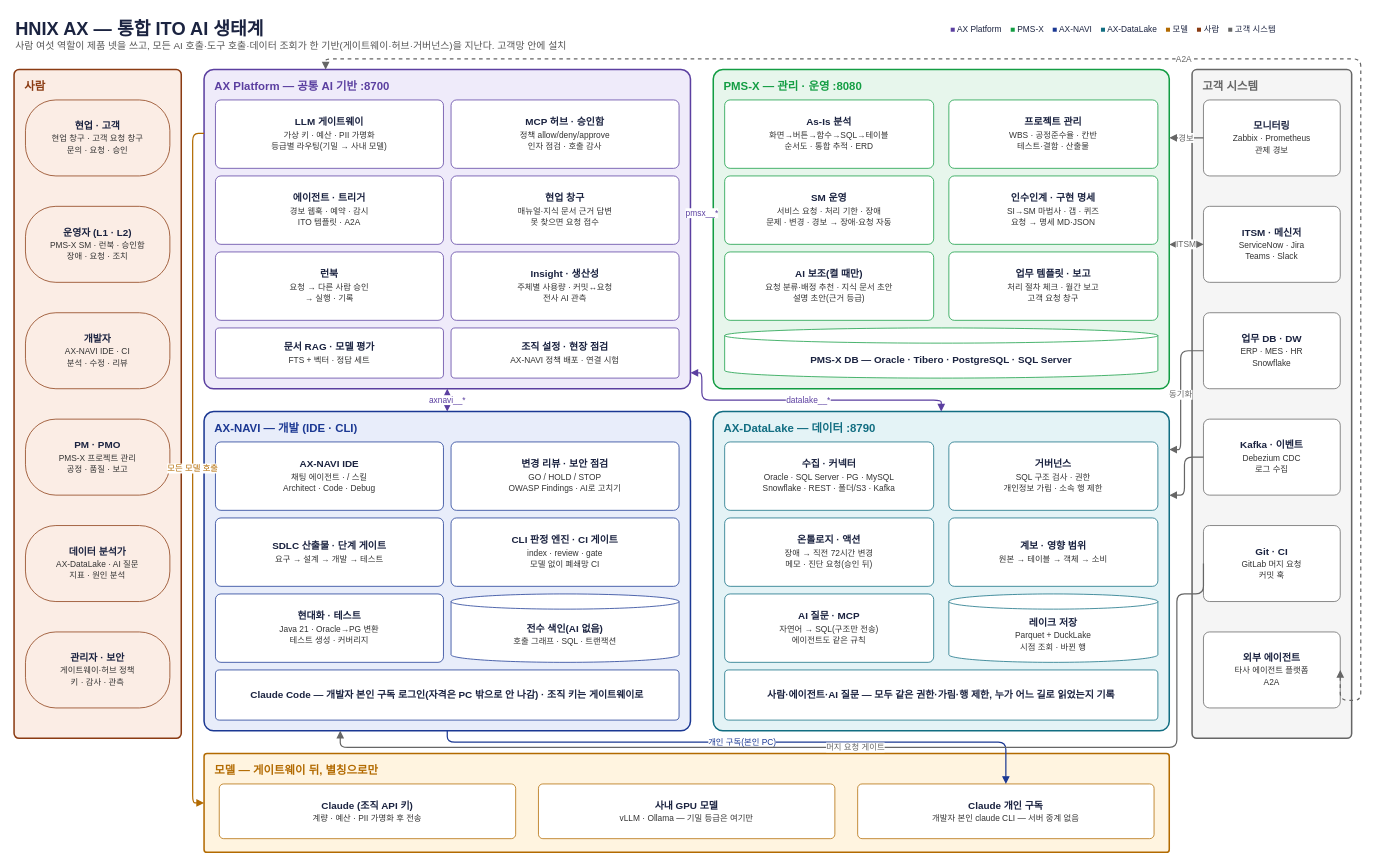
This is page "1. AI 생태계 한눈에" (1 of 4) of download/hnix-ax-ecosystem.drawio from Malburi/hnix-ax-site, a draw.io file, before an edit. Source tidied: cells renumbered, new cells numbered last; positions are measured from the earlier drawing's top-left corner, leaving out a move shared by most shapes. Both pictures are drawn from the tidied source at 76%, with x=0, y=0 at pixel (14, 13).
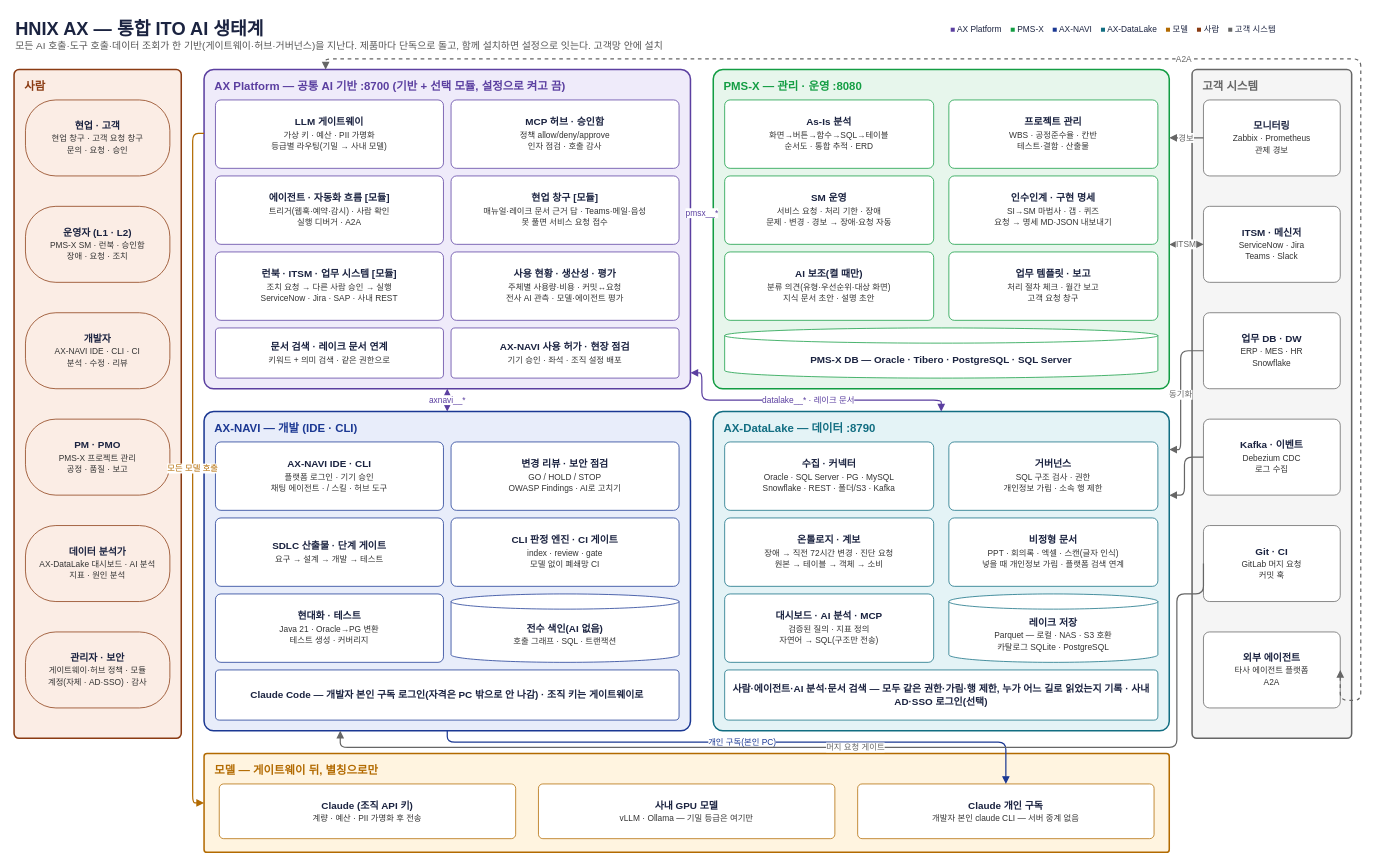
After the change.

The change refers to these unchanged cells:
```xml
<mxCell id="36" value="AX-DataLake — 데이터  :8790" style="rounded=1;arcSize=3;whiteSpace=wrap;html=1;verticalAlign=top;align=left;spacingLeft=12;spacingTop=6;fontStyle=1;fontSize=15;strokeColor=#126E82;fillColor=#E4F3F6;strokeWidth=2;fontColor=#126E82;" parent="1" vertex="1">
  <mxGeometry x="920" y="524" width="600" height="420" as="geometry" />
</mxCell>
```

Change to the diagram source:
```diff
@@
-    <mxCell id="2" value="&lt;b style='font-size:24px'&gt;HNIX AX — 통합 ITO AI 생태계&lt;/b&gt;&lt;br&gt;&lt;font color='#555555'&gt;사람 여섯 역할이 제품 넷을 쓰고, 모든 AI 호출·도구 호출·데이터 조회가 한 기반(게이트웨이·허브·거버넌스)을 지난다. 고객망 안에 설치&lt;/font&gt;" style="text;html=1;whiteSpace=wrap;align=left;verticalAlign=top;fontSize=13;fontColor=#1B2340;" parent="1" vertex="1">
+    <mxCell id="2" value="&lt;b style='font-size:24px'&gt;HNIX AX — 통합 ITO AI 생태계&lt;/b&gt;&lt;br&gt;&lt;font color='#555555'&gt;모든 AI 호출·도구 호출·데이터 조회가 한 기반(게이트웨이·허브·거버넌스)을 지난다. 제품마다 단독으로 돌고, 함께 설치하면 설정으로 잇는다. 고객망 안에 설치&lt;/font&gt;" style="text;html=1;whiteSpace=wrap;align=left;verticalAlign=top;fontSize=13;fontColor=#1B2340;" parent="1" vertex="1">
       <mxGeometry width="1200" height="50" as="geometry" />
     </mxCell>
@@
-    <mxCell id="7" value="&lt;b&gt;개발자&lt;/b&gt;&lt;br&gt;&lt;font style='font-size:11px' color='#333333'&gt;AX-NAVI IDE · CI&lt;/font&gt;&lt;br&gt;&lt;font style='font-size:11px' color='#333333'&gt;분석 · 수정 · 리뷰&lt;/font&gt;" style="rounded=1;arcSize=40;whiteSpace=wrap;html=1;strokeColor=#8A3B12;fillColor=#FBEDE5;fontSize=13;fontColor=#1B2340;" parent="1" vertex="1">
+    <mxCell id="7" value="&lt;b&gt;개발자&lt;/b&gt;&lt;br&gt;&lt;font style='font-size:11px' color='#333333'&gt;AX-NAVI IDE · CLI · CI&lt;/font&gt;&lt;br&gt;&lt;font style='font-size:11px' color='#333333'&gt;분석 · 수정 · 리뷰&lt;/font&gt;" style="rounded=1;arcSize=40;whiteSpace=wrap;html=1;strokeColor=#8A3B12;fillColor=#FBEDE5;fontSize=13;fontColor=#1B2340;" parent="1" vertex="1">
       <mxGeometry x="15" y="394" width="190" height="100" as="geometry" />
     </mxCell>
@@
-    <mxCell id="9" value="&lt;b&gt;데이터 분석가&lt;/b&gt;&lt;br&gt;&lt;font style='font-size:11px' color='#333333'&gt;AX-DataLake · AI 질문&lt;/font&gt;&lt;br&gt;&lt;font style='font-size:11px' color='#333333'&gt;지표 · 원인 분석&lt;/font&gt;" style="rounded=1;arcSize=40;whiteSpace=wrap;html=1;strokeColor=#8A3B12;fillColor=#FBEDE5;fontSize=13;fontColor=#1B2340;" parent="1" vertex="1">
+    <mxCell id="9" value="&lt;b&gt;데이터 분석가&lt;/b&gt;&lt;br&gt;&lt;font style='font-size:11px' color='#333333'&gt;AX-DataLake 대시보드 · AI 분석&lt;/font&gt;&lt;br&gt;&lt;font style='font-size:11px' color='#333333'&gt;지표 · 원인 분석&lt;/font&gt;" style="rounded=1;arcSize=40;whiteSpace=wrap;html=1;strokeColor=#8A3B12;fillColor=#FBEDE5;fontSize=13;fontColor=#1B2340;" parent="1" vertex="1">
       <mxGeometry x="15" y="674" width="190" height="100" as="geometry" />
     </mxCell>
-    <mxCell id="10" value="&lt;b&gt;관리자 · 보안&lt;/b&gt;&lt;br&gt;&lt;font style='font-size:11px' color='#333333'&gt;게이트웨이·허브 정책&lt;/font&gt;&lt;br&gt;&lt;font style='font-size:11px' color='#333333'&gt;키 · 감사 · 관측&lt;/font&gt;" style="rounded=1;arcSize=40;whiteSpace=wrap;html=1;strokeColor=#8A3B12;fillColor=#FBEDE5;fontSize=13;fontColor=#1B2340;" parent="1" vertex="1">
+    <mxCell id="10" value="&lt;b&gt;관리자 · 보안&lt;/b&gt;&lt;br&gt;&lt;font style='font-size:11px' color='#333333'&gt;게이트웨이·허브 정책 · 모듈&lt;/font&gt;&lt;br&gt;&lt;font style='font-size:11px' color='#333333'&gt;계정(자체 · AD·SSO) · 감사&lt;/font&gt;" style="rounded=1;arcSize=40;whiteSpace=wrap;html=1;strokeColor=#8A3B12;fillColor=#FBEDE5;fontSize=13;fontColor=#1B2340;" parent="1" vertex="1">
       <mxGeometry x="15" y="814" width="190" height="100" as="geometry" />
     </mxCell>
-    <mxCell id="11" value="AX Platform — 공통 AI 기반  :8700" style="rounded=1;arcSize=3;whiteSpace=wrap;html=1;verticalAlign=top;align=left;spacingLeft=12;spacingTop=6;fontStyle=1;fontSize=15;strokeColor=#5B3FA0;fillColor=#EFEBFA;strokeWidth=2;fontColor=#5B3FA0;" parent="1" vertex="1">
+    <mxCell id="11" value="AX Platform — 공통 AI 기반  :8700   (기반 + 선택 모듈, 설정으로 켜고 끔)" style="rounded=1;arcSize=3;whiteSpace=wrap;html=1;verticalAlign=top;align=left;spacingLeft=12;spacingTop=6;fontStyle=1;fontSize=15;strokeColor=#5B3FA0;fillColor=#EFEBFA;strokeWidth=2;fontColor=#5B3FA0;" parent="1" vertex="1">
       <mxGeometry x="250" y="74" width="640" height="420" as="geometry" />
     </mxCell>
@@
-    <mxCell id="14" value="&lt;b&gt;에이전트 · 트리거&lt;/b&gt;&lt;br&gt;&lt;font style='font-size:11px' color='#333333'&gt;경보 웹훅 · 예약 · 감시&lt;/font&gt;&lt;br&gt;&lt;font style='font-size:11px' color='#333333'&gt;ITO 템플릿 · A2A&lt;/font&gt;" style="rounded=1;arcSize=8;whiteSpace=wrap;html=1;strokeColor=#5B3FA0;fillColor=#FFFFFF;fontSize=13;fontColor=#1B2340;" parent="1" vertex="1">
+    <mxCell id="14" value="&lt;b&gt;에이전트 · 자동화 흐름  [모듈]&lt;/b&gt;&lt;br&gt;&lt;font style='font-size:11px' color='#333333'&gt;트리거(웹훅·예약·감시) · 사람 확인&lt;/font&gt;&lt;br&gt;&lt;font style='font-size:11px' color='#333333'&gt;실행 디버거 · A2A&lt;/font&gt;" style="rounded=1;arcSize=8;whiteSpace=wrap;html=1;strokeColor=#5B3FA0;fillColor=#FFFFFF;fontSize=13;fontColor=#1B2340;" parent="1" vertex="1">
       <mxGeometry x="265" y="214" width="300" height="90" as="geometry" />
     </mxCell>
-    <mxCell id="15" value="&lt;b&gt;현업 창구&lt;/b&gt;&lt;br&gt;&lt;font style='font-size:11px' color='#333333'&gt;매뉴얼·지식 문서 근거 답변&lt;/font&gt;&lt;br&gt;&lt;font style='font-size:11px' color='#333333'&gt;못 찾으면 요청 접수&lt;/font&gt;" style="rounded=1;arcSize=8;whiteSpace=wrap;html=1;strokeColor=#5B3FA0;fillColor=#FFFFFF;fontSize=13;fontColor=#1B2340;" parent="1" vertex="1">
+    <mxCell id="15" value="&lt;b&gt;현업 창구  [모듈]&lt;/b&gt;&lt;br&gt;&lt;font style='font-size:11px' color='#333333'&gt;매뉴얼·레이크 문서 근거 답 · Teams·메일·음성&lt;/font&gt;&lt;br&gt;&lt;font style='font-size:11px' color='#333333'&gt;못 풀면 서비스 요청 접수&lt;/font&gt;" style="rounded=1;arcSize=8;whiteSpace=wrap;html=1;strokeColor=#5B3FA0;fillColor=#FFFFFF;fontSize=13;fontColor=#1B2340;" parent="1" vertex="1">
       <mxGeometry x="575" y="214" width="300" height="90" as="geometry" />
     </mxCell>
-    <mxCell id="16" value="&lt;b&gt;런북&lt;/b&gt;&lt;br&gt;&lt;font style='font-size:11px' color='#333333'&gt;요청 → 다른 사람 승인&lt;/font&gt;&lt;br&gt;&lt;font style='font-size:11px' color='#333333'&gt;→ 실행 · 기록&lt;/font&gt;" style="rounded=1;arcSize=8;whiteSpace=wrap;html=1;strokeColor=#5B3FA0;fillColor=#FFFFFF;fontSize=13;fontColor=#1B2340;" parent="1" vertex="1">
+    <mxCell id="16" value="&lt;b&gt;런북 · ITSM · 업무 시스템  [모듈]&lt;/b&gt;&lt;br&gt;&lt;font style='font-size:11px' color='#333333'&gt;조치 요청 → 다른 사람 승인 → 실행&lt;/font&gt;&lt;br&gt;&lt;font style='font-size:11px' color='#333333'&gt;ServiceNow · Jira · SAP · 사내 REST&lt;/font&gt;" style="rounded=1;arcSize=8;whiteSpace=wrap;html=1;strokeColor=#5B3FA0;fillColor=#FFFFFF;fontSize=13;fontColor=#1B2340;" parent="1" vertex="1">
       <mxGeometry x="265" y="314" width="300" height="90" as="geometry" />
     </mxCell>
-    <mxCell id="17" value="&lt;b&gt;Insight · 생산성&lt;/b&gt;&lt;br&gt;&lt;font style='font-size:11px' color='#333333'&gt;주체별 사용량 · 커밋↔요청&lt;/font&gt;&lt;br&gt;&lt;font style='font-size:11px' color='#333333'&gt;전사 AI 관측&lt;/font&gt;" style="rounded=1;arcSize=8;whiteSpace=wrap;html=1;strokeColor=#5B3FA0;fillColor=#FFFFFF;fontSize=13;fontColor=#1B2340;" parent="1" vertex="1">
+    <mxCell id="17" value="&lt;b&gt;사용 현황 · 생산성 · 평가&lt;/b&gt;&lt;br&gt;&lt;font style='font-size:11px' color='#333333'&gt;주체별 사용량·비용 · 커밋↔요청&lt;/font&gt;&lt;br&gt;&lt;font style='font-size:11px' color='#333333'&gt;전사 AI 관측 · 모델·에이전트 평가&lt;/font&gt;" style="rounded=1;arcSize=8;whiteSpace=wrap;html=1;strokeColor=#5B3FA0;fillColor=#FFFFFF;fontSize=13;fontColor=#1B2340;" parent="1" vertex="1">
       <mxGeometry x="575" y="314" width="300" height="90" as="geometry" />
     </mxCell>
-    <mxCell id="18" value="&lt;b&gt;문서 RAG · 모델 평가&lt;/b&gt;&lt;br&gt;&lt;font style='font-size:11px' color='#333333'&gt;FTS + 벡터 · 정답 세트&lt;/font&gt;" style="rounded=1;arcSize=8;whiteSpace=wrap;html=1;strokeColor=#5B3FA0;fillColor=#FFFFFF;fontSize=13;fontColor=#1B2340;" parent="1" vertex="1">
+    <mxCell id="18" value="&lt;b&gt;문서 검색 · 레이크 문서 연계&lt;/b&gt;&lt;br&gt;&lt;font style='font-size:11px' color='#333333'&gt;키워드 + 의미 검색 · 같은 권한으로&lt;/font&gt;" style="rounded=1;arcSize=8;whiteSpace=wrap;html=1;strokeColor=#5B3FA0;fillColor=#FFFFFF;fontSize=13;fontColor=#1B2340;" parent="1" vertex="1">
       <mxGeometry x="265" y="414" width="300" height="66" as="geometry" />
     </mxCell>
-    <mxCell id="19" value="&lt;b&gt;조직 설정 · 현장 점검&lt;/b&gt;&lt;br&gt;&lt;font style='font-size:11px' color='#333333'&gt;AX-NAVI 정책 배포 · 연결 시험&lt;/font&gt;" style="rounded=1;arcSize=8;whiteSpace=wrap;html=1;strokeColor=#5B3FA0;fillColor=#FFFFFF;fontSize=13;fontColor=#1B2340;" parent="1" vertex="1">
+    <mxCell id="19" value="&lt;b&gt;AX-NAVI 사용 허가 · 현장 점검&lt;/b&gt;&lt;br&gt;&lt;font style='font-size:11px' color='#333333'&gt;기기 승인 · 좌석 · 조직 설정 배포&lt;/font&gt;" style="rounded=1;arcSize=8;whiteSpace=wrap;html=1;strokeColor=#5B3FA0;fillColor=#FFFFFF;fontSize=13;fontColor=#1B2340;" parent="1" vertex="1">
       <mxGeometry x="575" y="414" width="300" height="66" as="geometry" />
     </mxCell>
@@
-    <mxCell id="24" value="&lt;b&gt;인수인계 · 구현 명세&lt;/b&gt;&lt;br&gt;&lt;font style='font-size:11px' color='#333333'&gt;SI→SM 마법사 · 갭 · 퀴즈&lt;/font&gt;&lt;br&gt;&lt;font style='font-size:11px' color='#333333'&gt;요청 → 명세 MD·JSON&lt;/font&gt;" style="rounded=1;arcSize=8;whiteSpace=wrap;html=1;strokeColor=#139D43;fillColor=#FFFFFF;fontSize=13;fontColor=#1B2340;" parent="1" vertex="1">
+    <mxCell id="24" value="&lt;b&gt;인수인계 · 구현 명세&lt;/b&gt;&lt;br&gt;&lt;font style='font-size:11px' color='#333333'&gt;SI→SM 마법사 · 갭 · 퀴즈&lt;/font&gt;&lt;br&gt;&lt;font style='font-size:11px' color='#333333'&gt;요청 → 명세 MD·JSON 내보내기&lt;/font&gt;" style="rounded=1;arcSize=8;whiteSpace=wrap;html=1;strokeColor=#139D43;fillColor=#FFFFFF;fontSize=13;fontColor=#1B2340;" parent="1" vertex="1">
       <mxGeometry x="1230" y="214" width="275" height="90" as="geometry" />
     </mxCell>
-    <mxCell id="25" value="&lt;b&gt;AI 보조(켤 때만)&lt;/b&gt;&lt;br&gt;&lt;font style='font-size:11px' color='#333333'&gt;요청 분류·배정 추천 · 지식 문서 초안&lt;/font&gt;&lt;br&gt;&lt;font style='font-size:11px' color='#333333'&gt;설명 초안(근거 등급)&lt;/font&gt;" style="rounded=1;arcSize=8;whiteSpace=wrap;html=1;strokeColor=#139D43;fillColor=#FFFFFF;fontSize=13;fontColor=#1B2340;" parent="1" vertex="1">
+    <mxCell id="25" value="&lt;b&gt;AI 보조(켤 때만)&lt;/b&gt;&lt;br&gt;&lt;font style='font-size:11px' color='#333333'&gt;분류 의견(유형·우선순위·대상 화면)&lt;/font&gt;&lt;br&gt;&lt;font style='font-size:11px' color='#333333'&gt;지식 문서 초안 · 설명 초안&lt;/font&gt;" style="rounded=1;arcSize=8;whiteSpace=wrap;html=1;strokeColor=#139D43;fillColor=#FFFFFF;fontSize=13;fontColor=#1B2340;" parent="1" vertex="1">
       <mxGeometry x="935" y="314" width="275" height="90" as="geometry" />
     </mxCell>
@@
-    <mxCell id="29" value="&lt;b&gt;AX-NAVI IDE&lt;/b&gt;&lt;br&gt;&lt;font style='font-size:11px' color='#333333'&gt;채팅 에이전트 · / 스킬&lt;/font&gt;&lt;br&gt;&lt;font style='font-size:11px' color='#333333'&gt;Architect · Code · Debug&lt;/font&gt;" style="rounded=1;arcSize=8;whiteSpace=wrap;html=1;strokeColor=#1B3893;fillColor=#FFFFFF;fontSize=13;fontColor=#1B2340;" parent="1" vertex="1">
+    <mxCell id="29" value="&lt;b&gt;AX-NAVI IDE · CLI&lt;/b&gt;&lt;br&gt;&lt;font style='font-size:11px' color='#333333'&gt;플랫폼 로그인 · 기기 승인&lt;/font&gt;&lt;br&gt;&lt;font style='font-size:11px' color='#333333'&gt;채팅 에이전트 · / 스킬 · 허브 도구&lt;/font&gt;" style="rounded=1;arcSize=8;whiteSpace=wrap;html=1;strokeColor=#1B3893;fillColor=#FFFFFF;fontSize=13;fontColor=#1B2340;" parent="1" vertex="1">
       <mxGeometry x="265" y="564" width="300" height="90" as="geometry" />
     </mxCell>
@@
-    <mxCell id="39" value="&lt;b&gt;온톨로지 · 액션&lt;/b&gt;&lt;br&gt;&lt;font style='font-size:11px' color='#333333'&gt;장애 → 직전 72시간 변경&lt;/font&gt;&lt;br&gt;&lt;font style='font-size:11px' color='#333333'&gt;메모 · 진단 요청(승인 뒤)&lt;/font&gt;" style="rounded=1;arcSize=8;whiteSpace=wrap;html=1;strokeColor=#126E82;fillColor=#FFFFFF;fontSize=13;fontColor=#1B2340;" parent="1" vertex="1">
+    <mxCell id="39" value="&lt;b&gt;온톨로지 · 계보&lt;/b&gt;&lt;br&gt;&lt;font style='font-size:11px' color='#333333'&gt;장애 → 직전 72시간 변경 · 진단 요청&lt;/font&gt;&lt;br&gt;&lt;font style='font-size:11px' color='#333333'&gt;원본 → 테이블 → 객체 → 소비&lt;/font&gt;" style="rounded=1;arcSize=8;whiteSpace=wrap;html=1;strokeColor=#126E82;fillColor=#FFFFFF;fontSize=13;fontColor=#1B2340;" parent="1" vertex="1">
       <mxGeometry x="935" y="664" width="275" height="90" as="geometry" />
     </mxCell>
-    <mxCell id="40" value="&lt;b&gt;계보 · 영향 범위&lt;/b&gt;&lt;br&gt;&lt;font style='font-size:11px' color='#333333'&gt;원본 → 테이블 → 객체 → 소비&lt;/font&gt;" style="rounded=1;arcSize=8;whiteSpace=wrap;html=1;strokeColor=#126E82;fillColor=#FFFFFF;fontSize=13;fontColor=#1B2340;" parent="1" vertex="1">
+    <mxCell id="40" value="&lt;b&gt;비정형 문서&lt;/b&gt;&lt;br&gt;&lt;font style='font-size:11px' color='#333333'&gt;PPT · 회의록 · 엑셀 · 스캔(글자 인식)&lt;/font&gt;&lt;br&gt;&lt;font style='font-size:11px' color='#333333'&gt;넣을 때 개인정보 가림 · 플랫폼 검색 연계&lt;/font&gt;" style="rounded=1;arcSize=8;whiteSpace=wrap;html=1;strokeColor=#126E82;fillColor=#FFFFFF;fontSize=13;fontColor=#1B2340;" parent="1" vertex="1">
       <mxGeometry x="1230" y="664" width="275" height="90" as="geometry" />
     </mxCell>
-    <mxCell id="41" value="&lt;b&gt;AI 질문 · MCP&lt;/b&gt;&lt;br&gt;&lt;font style='font-size:11px' color='#333333'&gt;자연어 → SQL(구조만 전송)&lt;/font&gt;&lt;br&gt;&lt;font style='font-size:11px' color='#333333'&gt;에이전트도 같은 규칙&lt;/font&gt;" style="rounded=1;arcSize=8;whiteSpace=wrap;html=1;strokeColor=#126E82;fillColor=#FFFFFF;fontSize=13;fontColor=#1B2340;" parent="1" vertex="1">
+    <mxCell id="41" value="&lt;b&gt;대시보드 · AI 분석 · MCP&lt;/b&gt;&lt;br&gt;&lt;font style='font-size:11px' color='#333333'&gt;검증된 질의 · 지표 정의&lt;/font&gt;&lt;br&gt;&lt;font style='font-size:11px' color='#333333'&gt;자연어 → SQL(구조만 전송)&lt;/font&gt;" style="rounded=1;arcSize=8;whiteSpace=wrap;html=1;strokeColor=#126E82;fillColor=#FFFFFF;fontSize=13;fontColor=#1B2340;" parent="1" vertex="1">
       <mxGeometry x="935" y="764" width="275" height="90" as="geometry" />
     </mxCell>
-    <mxCell id="42" value="&lt;b&gt;레이크 저장&lt;/b&gt;&lt;br&gt;&lt;font style='font-size:11px' color='#333333'&gt;Parquet + DuckLake&lt;/font&gt;&lt;br&gt;&lt;font style='font-size:11px' color='#333333'&gt;시점 조회 · 바뀐 행&lt;/font&gt;" style="shape=cylinder3;boundedLbl=1;backgroundOutline=1;size=10;whiteSpace=wrap;html=1;strokeColor=#126E82;fillColor=#FFFFFF;fontSize=13;fontColor=#1B2340;" parent="1" vertex="1">
+    <mxCell id="42" value="&lt;b&gt;레이크 저장&lt;/b&gt;&lt;br&gt;&lt;font style='font-size:11px' color='#333333'&gt;Parquet — 로컬 · NAS · S3 호환&lt;/font&gt;&lt;br&gt;&lt;font style='font-size:11px' color='#333333'&gt;카탈로그 SQLite · PostgreSQL&lt;/font&gt;" style="shape=cylinder3;boundedLbl=1;backgroundOutline=1;size=10;whiteSpace=wrap;html=1;strokeColor=#126E82;fillColor=#FFFFFF;fontSize=13;fontColor=#1B2340;" parent="1" vertex="1">
       <mxGeometry x="1230" y="764" width="275" height="90" as="geometry" />
     </mxCell>
-    <mxCell id="43" value="&lt;b&gt;사람·에이전트·AI 질문 — 모두 같은 권한·가림·행 제한, 누가 어느 길로 읽었는지 기록&lt;/b&gt;" style="rounded=1;arcSize=8;whiteSpace=wrap;html=1;strokeColor=#126E82;fillColor=#FFFFFF;fontSize=13;fontColor=#1B2340;" parent="1" vertex="1">
+    <mxCell id="43" value="&lt;b&gt;사람·에이전트·AI 분석·문서 검색 — 모두 같은 권한·가림·행 제한, 누가 어느 길로 읽었는지 기록 · 사내 AD·SSO 로그인(선택)&lt;/b&gt;" style="rounded=1;arcSize=8;whiteSpace=wrap;html=1;strokeColor=#126E82;fillColor=#FFFFFF;fontSize=13;fontColor=#1B2340;" parent="1" vertex="1">
       <mxGeometry x="935" y="864" width="570" height="66" as="geometry" />
     </mxCell>
@@
-    <mxCell id="57" value="datalake__*" style="edgeStyle=orthogonalEdgeStyle;rounded=1;html=1;strokeColor=#5B3FA0;strokeWidth=1.6;fontSize=11;fontColor=#5B3FA0;labelBackgroundColor=#FFFFFF;endArrow=block;endFill=1;startArrow=block;startFill=1;exitX=1;exitY=0.95;exitDx=0;exitDy=0;entryX=0.5;entryY=0;entryDx=0;entryDy=0;" parent="1" edge="1" source="11" target="36">
+    <mxCell id="57" value="datalake__* · 레이크 문서" style="edgeStyle=orthogonalEdgeStyle;rounded=1;html=1;strokeColor=#5B3FA0;strokeWidth=1.6;fontSize=11;fontColor=#5B3FA0;labelBackgroundColor=#FFFFFF;endArrow=block;endFill=1;startArrow=block;startFill=1;exitX=1;exitY=0.95;exitDx=0;exitDy=0;entryX=0.5;entryY=0;entryDx=0;entryDy=0;" parent="1" edge="1" source="11" target="36">
       <mxGeometry relative="1" as="geometry">
         <Array as="points">
           <mxPoint x="905" y="473" />
           <mxPoint x="905" y="509" />
           <mxPoint x="1220" y="509" />
         </Array>
       </mxGeometry>
     </mxCell>
```
